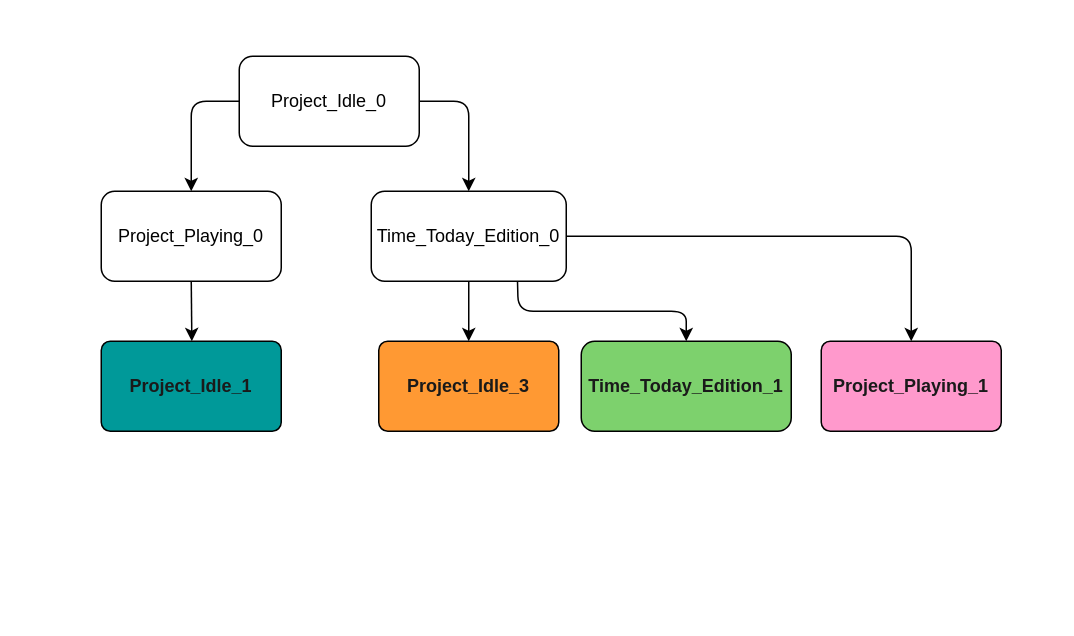
Above: docs/04_assignment/schema/02_edit_time_today/02_transition_tree.drawio in Jumaruba/jtimesched (draw.io), before the change. Source tidied: cells renumbered, new cells numbered last; positions are measured from the earlier drawing's top-left corner, leaving out a move shared by most shapes. Both pictures are drawn from the tidied source at 150%, with x=0, y=0 at pixel (26, 26).
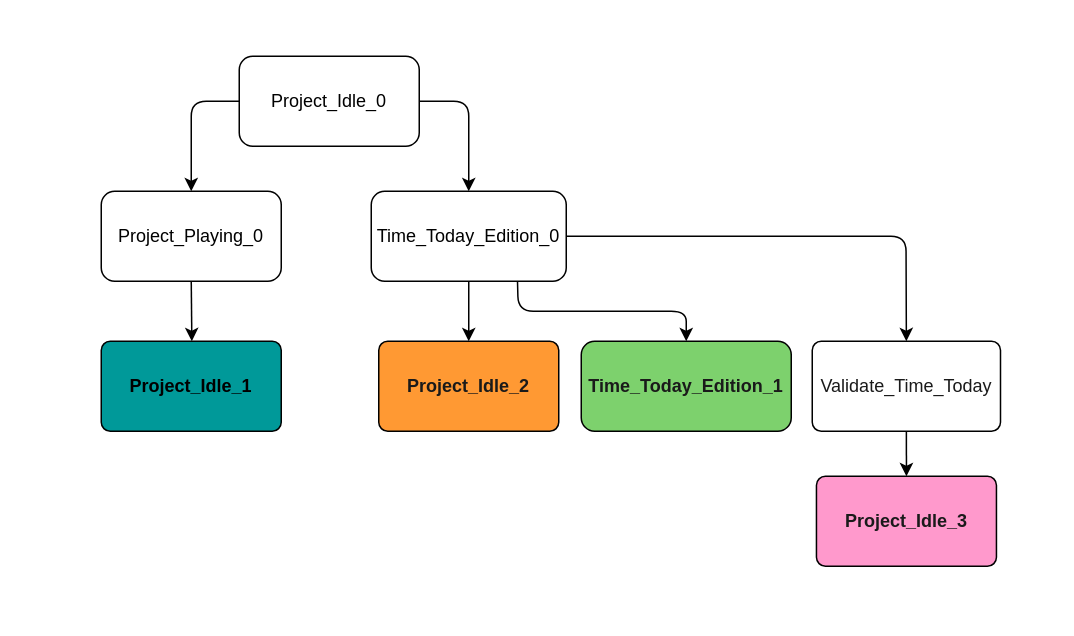
The same diagram, later.

Unchanged cells that the change refers to:
```xml
<mxCell id="11" value="Time_Today_Edition_0" style="rounded=1;whiteSpace=wrap;html=1;fillColor=none;strokeColor=#000000;fontColor=#000000;" parent="1" vertex="1">
  <mxGeometry x="230" y="110" width="130" height="60" as="geometry" />
</mxCell>
```

Diff of the diagram source:
```diff
@@
     <mxCell id="2" style="rounded=0;whiteSpace=wrap;html=1;fillColor=#FFFFFF;strokeColor=none;strokeWidth=0;" parent="1" vertex="1">
-      <mxGeometry width="670" height="300" as="geometry" />
+      <mxGeometry x="21.5" width="660" height="390" as="geometry" />
     </mxCell>
@@
     <mxCell id="10" style="edgeStyle=none;html=1;exitX=1;exitY=0.5;exitDx=0;exitDy=0;entryX=0.5;entryY=0;entryDx=0;entryDy=0;strokeColor=#000000;" parent="1" edge="1" source="11" target="15">
       <mxGeometry relative="1" as="geometry">
         <Array as="points">
-          <mxPoint x="590" y="140" />
+          <mxPoint x="586.5" y="140" />
         </Array>
       </mxGeometry>
     </mxCell>
@@
-    <mxCell id="12" value="&lt;b&gt;&lt;font&gt;Project_Idle_1&lt;/font&gt;&lt;/b&gt;" style="rounded=1;whiteSpace=wrap;html=1;arcSize=10;fillColor=#009999;fontColor=#1A1A1A;strokeColor=#000000;" parent="1" vertex="1">
+    <mxCell id="12" value="&lt;b&gt;&lt;font color=&quot;#000000&quot;&gt;Project_Idle_1&lt;/font&gt;&lt;/b&gt;" style="rounded=1;whiteSpace=wrap;html=1;arcSize=10;fillColor=#009999;fontColor=#1A1A1A;strokeColor=#000000;" parent="1" vertex="1">
       <mxGeometry x="50" y="210" width="120" height="60" as="geometry" />
     </mxCell>
-    <mxCell id="13" value="&lt;b&gt;&lt;font&gt;Project_Idle_3&lt;/font&gt;&lt;/b&gt;" style="rounded=1;whiteSpace=wrap;html=1;arcSize=10;fillColor=#FF9933;fontColor=#1A1A1A;strokeColor=#000000;" parent="1" vertex="1">
+    <mxCell id="13" value="&lt;b&gt;&lt;font&gt;Project_Idle_2&lt;/font&gt;&lt;/b&gt;" style="rounded=1;whiteSpace=wrap;html=1;arcSize=10;fillColor=#FF9933;fontColor=#1A1A1A;strokeColor=#000000;" parent="1" vertex="1">
       <mxGeometry x="235" y="210" width="120" height="60" as="geometry" />
     </mxCell>
@@
+    <mxCell id="16" style="edgeStyle=none;html=1;exitX=0.5;exitY=1;exitDx=0;exitDy=0;entryX=0.5;entryY=0;entryDx=0;entryDy=0;fontColor=#FF99CC;strokeColor=#000000;" parent="1" edge="1" source="15" target="17">
+      <mxGeometry relative="1" as="geometry" />
+    </mxCell>
-    <mxCell id="15" value="&lt;b&gt;&lt;font&gt;Project_Playing_1&lt;/font&gt;&lt;/b&gt;" style="rounded=1;whiteSpace=wrap;html=1;arcSize=10;fillColor=#FF99CC;fontColor=#1A1A1A;strokeColor=#000000;" parent="1" vertex="1">
-      <mxGeometry x="530" y="210" width="120" height="60" as="geometry" />
+    <mxCell id="15" value="&lt;span&gt;Validate_Time_Today&lt;/span&gt;" style="rounded=1;whiteSpace=wrap;html=1;arcSize=10;fillColor=none;fontColor=#1A1A1A;strokeColor=#000000;fontStyle=0;" parent="1" vertex="1">
+      <mxGeometry x="524" y="210" width="125.5" height="60" as="geometry" />
     </mxCell>
+    <mxCell id="17" value="&lt;b&gt;&lt;font&gt;Project_Idle_3&lt;/font&gt;&lt;/b&gt;" style="rounded=1;whiteSpace=wrap;html=1;arcSize=10;fillColor=#FF99CC;fontColor=#1A1A1A;strokeColor=#000000;" parent="1" vertex="1">
+      <mxGeometry x="526.8" y="300" width="120" height="60" as="geometry" />
+    </mxCell>
```
